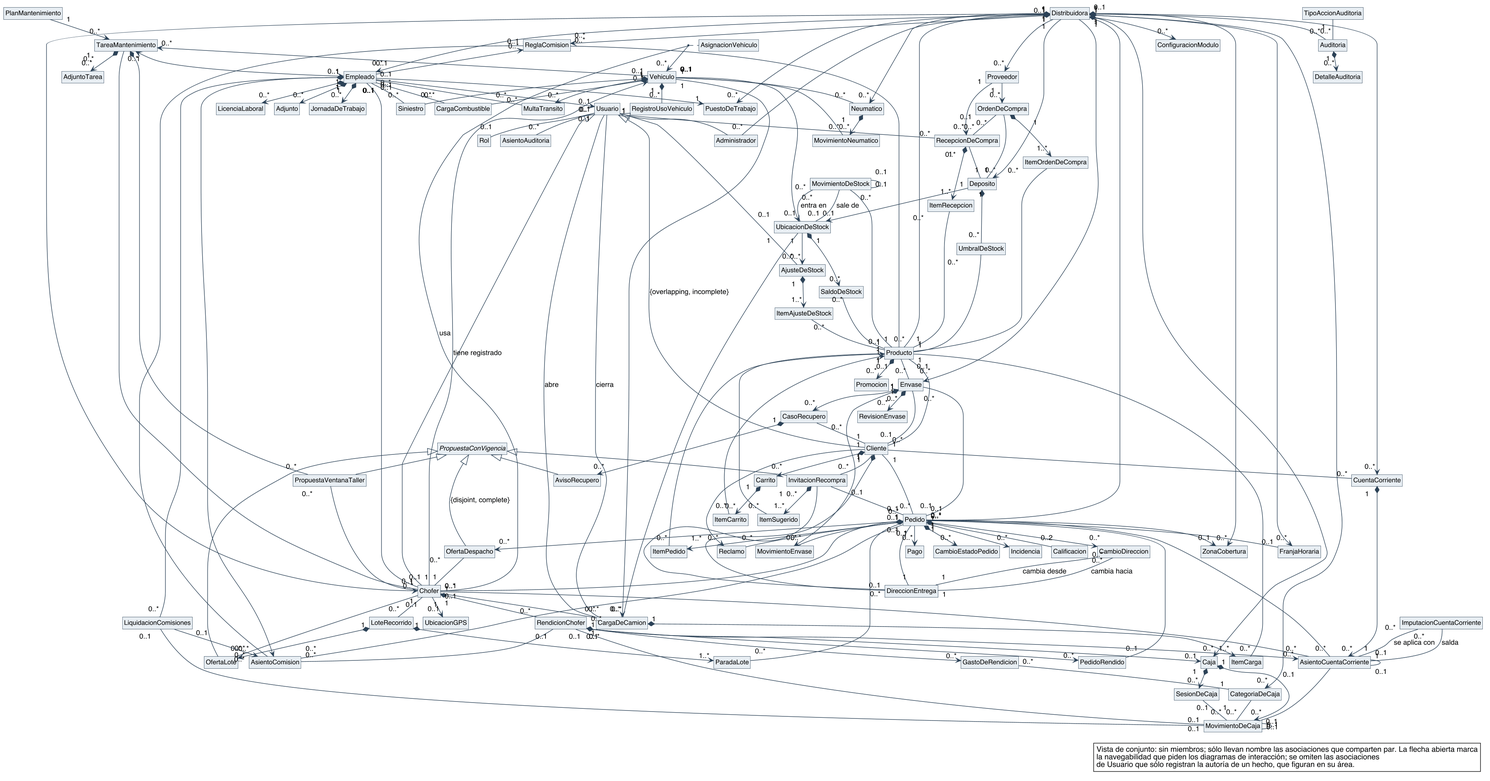
The PlantUML diagram diagramas/clases-diseno/DC_General.png in Nahuelito-Dev/splg-docs, before a commit.
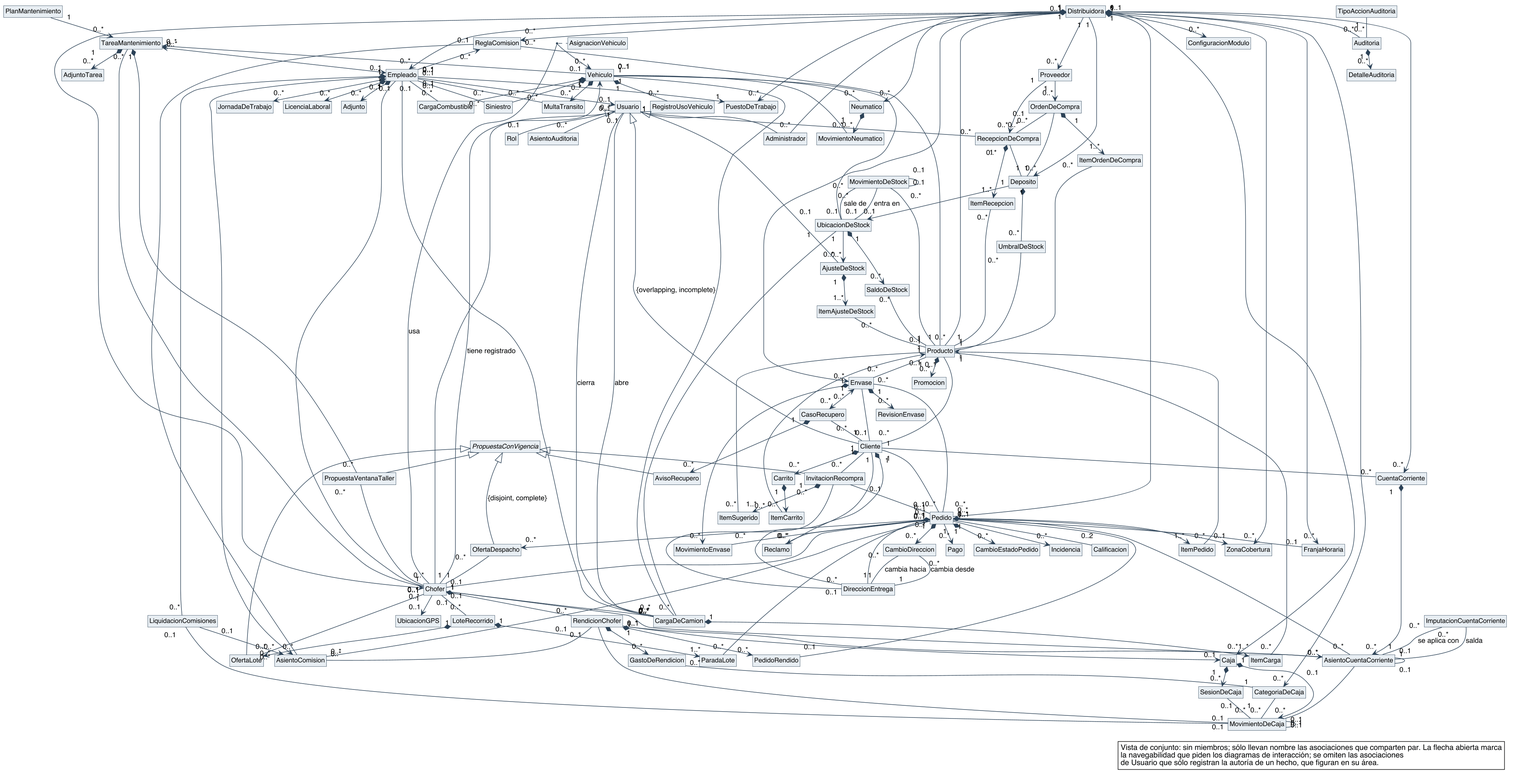
Above is the later version.

Diff of the diagram source:
```diff
@@ -238,7 +238,7 @@
 Distribuidora "1" --> "0..*" Deposito
 Distribuidora "1" --> "0..*" Proveedor
 Deposito "1" --> "0..1" UbicacionDeStock
-Vehiculo "1" --> "0..1" UbicacionDeStock
+Vehiculo "1" -- "0..1" UbicacionDeStock
 UbicacionDeStock "1" *--> "0..*" SaldoDeStock
 SaldoDeStock "0..*" -- "1" Producto
 MovimientoDeStock "0..*" -- "1" Producto
@@ -261,13 +261,14 @@
 RecepcionDeCompra "1" *--> "1..*" ItemRecepcion
 ItemRecepcion "0..*" -- "1" Producto
 Usuario "1" -- "0..*" RecepcionDeCompra
-Vehiculo "1" --> "0..*" CargaDeCamion
+Vehiculo "1" -- "0..*" CargaDeCamion
 Chofer "1" -- "0..*" CargaDeCamion
 CargaDeCamion "0..*" -- "1" UbicacionDeStock
 CargaDeCamion "1" *--> "1..*" ItemCarga
 ItemCarga "0..*" -- "1" Producto
 Usuario "1" -- "0..*" CargaDeCamion : abre
 Usuario "0..1" -- "0..*" CargaDeCamion : cierra
+Empleado "0..1" -- "0..*" CargaDeCamion
 Distribuidora "1" *--> "0..*" Caja
 Distribuidora "1" *--> "0..*" CategoriaDeCaja
 Distribuidora "1" *--> "0..*" CuentaCorriente
```
